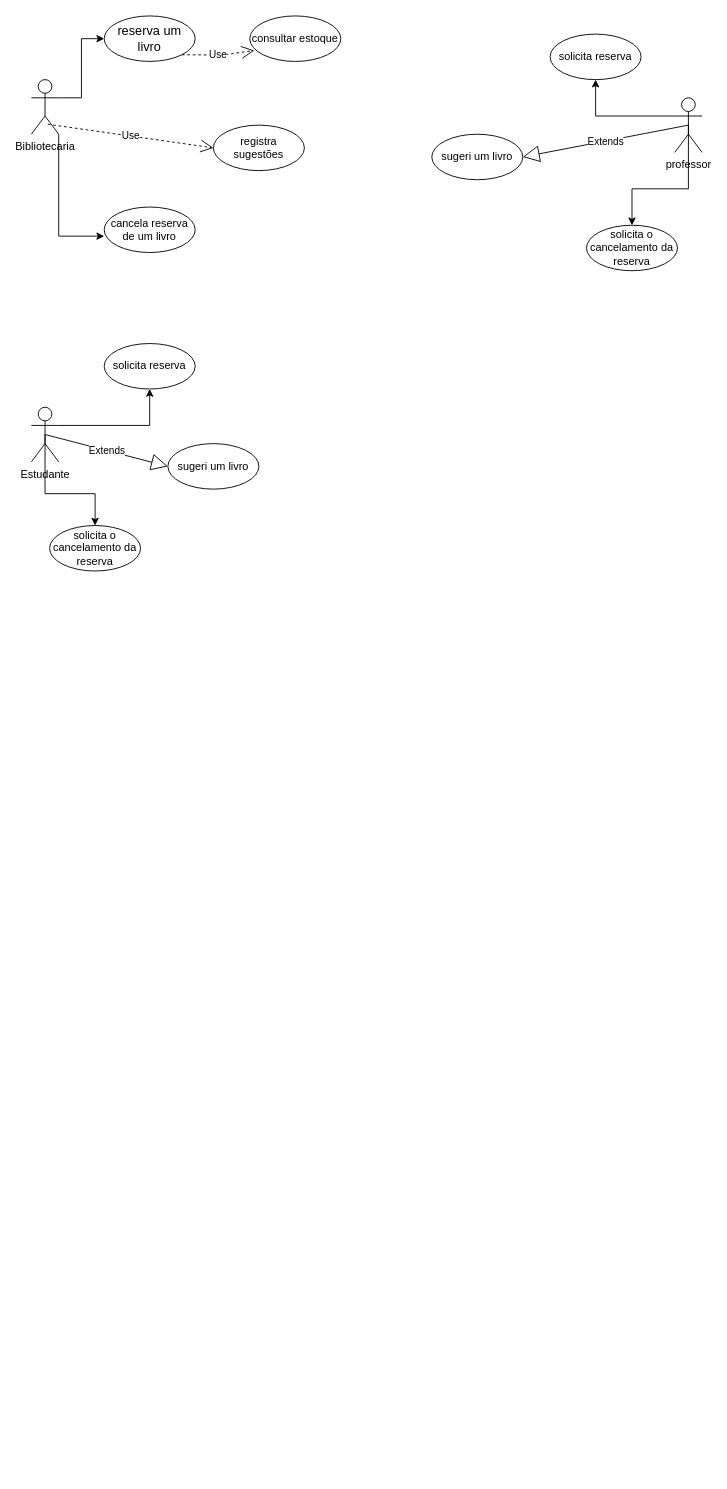
The draw.io diagram Diagrama caso de uso.drawio in KevinSouzaSP/KevinSouzaSP, before the edit. Source tidied: cells renumbered, new cells numbered last; positions are measured from the earlier drawing's top-left corner, leaving out a move shared by most shapes. Both pictures are drawn from the tidied source at 91%, with x=0, y=0 at pixel (31, 15).
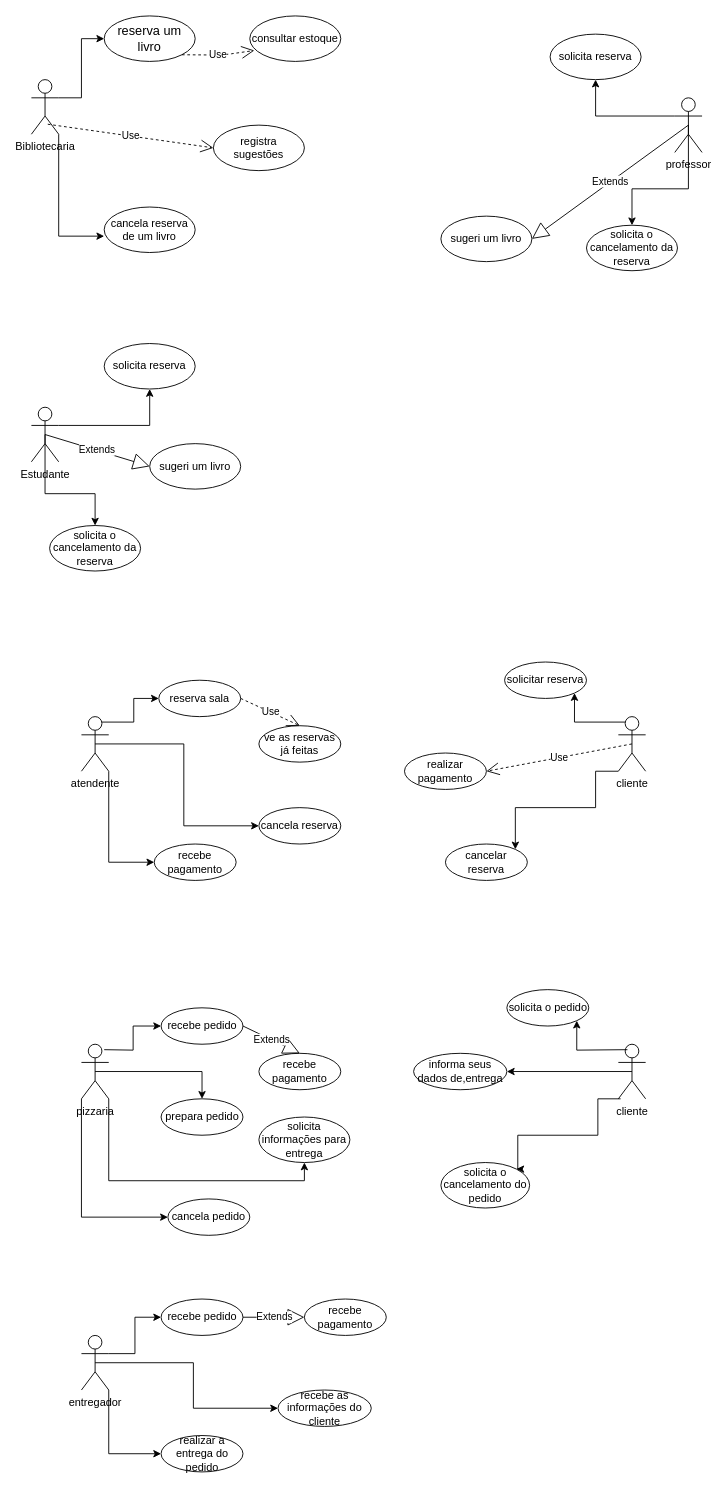
The same page after the edit.

Diff of the diagram source:
```diff
@@
     <mxCell id="17" value="sugeri um livro" style="ellipse;whiteSpace=wrap;html=1;" parent="1" vertex="1">
-      <mxGeometry x="440" y="130" width="100" height="50" as="geometry" />
+      <mxGeometry x="450" y="220" width="100" height="50" as="geometry" />
     </mxCell>
     <mxCell id="18" value="sugeri um livro" style="ellipse;whiteSpace=wrap;html=1;" parent="1" vertex="1">
-      <mxGeometry x="150" y="470" width="100" height="50" as="geometry" />
+      <mxGeometry x="130" y="470" width="100" height="50" as="geometry" />
     </mxCell>
@@
+    <mxCell id="25" style="edgeStyle=orthogonalEdgeStyle;rounded=0;jettySize=auto;html=1;exitX=0.75;exitY=0.1;exitDx=0;exitDy=0;exitPerimeter=0;entryX=0;entryY=0.5;entryDx=0;entryDy=0;" parent="1" edge="1" source="28" target="32">
+      <mxGeometry relative="1" as="geometry" />
+    </mxCell>
+    <mxCell id="26" style="edgeStyle=orthogonalEdgeStyle;rounded=0;jettySize=auto;html=1;exitX=1;exitY=1;exitDx=0;exitDy=0;exitPerimeter=0;entryX=0;entryY=0.5;entryDx=0;entryDy=0;" parent="1" edge="1" source="28" target="36">
+      <mxGeometry relative="1" as="geometry" />
+    </mxCell>
+    <mxCell id="27" style="edgeStyle=orthogonalEdgeStyle;rounded=0;jettySize=auto;html=1;exitX=0.5;exitY=0.5;exitDx=0;exitDy=0;exitPerimeter=0;entryX=0;entryY=0.5;entryDx=0;entryDy=0;" parent="1" edge="1" source="28" target="33">
+      <mxGeometry relative="1" as="geometry" />
+    </mxCell>
+    <mxCell id="28" value="atendente" style="shape=umlActor;verticalLabelPosition=bottom;verticalAlign=top;html=1;" parent="1" vertex="1">
+      <mxGeometry x="55" y="770" width="30" height="60" as="geometry" />
+    </mxCell>
+    <mxCell id="29" style="edgeStyle=orthogonalEdgeStyle;rounded=0;jettySize=auto;html=1;exitX=0.25;exitY=0.1;exitDx=0;exitDy=0;exitPerimeter=0;entryX=1;entryY=1;entryDx=0;entryDy=0;" parent="1" edge="1" source="31" target="38">
+      <mxGeometry relative="1" as="geometry" />
+    </mxCell>
+    <mxCell id="30" style="edgeStyle=orthogonalEdgeStyle;rounded=0;jettySize=auto;html=1;exitX=0;exitY=1;exitDx=0;exitDy=0;exitPerimeter=0;entryX=1;entryY=0;entryDx=0;entryDy=0;" parent="1" edge="1" source="31" target="37">
+      <mxGeometry relative="1" as="geometry">
+        <Array as="points">
+          <mxPoint x="620" y="830" />
+          <mxPoint x="620" y="870" />
+          <mxPoint x="532" y="870" />
+        </Array>
+      </mxGeometry>
+    </mxCell>
+    <mxCell id="31" value="cliente" style="shape=umlActor;verticalLabelPosition=bottom;verticalAlign=top;html=1;" parent="1" vertex="1">
+      <mxGeometry x="645" y="770" width="30" height="60" as="geometry" />
+    </mxCell>
+    <mxCell id="32" value="reserva sala" style="ellipse;whiteSpace=wrap;html=1;" parent="1" vertex="1">
+      <mxGeometry x="140" y="730" width="90" height="40" as="geometry" />
+    </mxCell>
+    <mxCell id="33" value="cancela reserva" style="ellipse;whiteSpace=wrap;html=1;" parent="1" vertex="1">
+      <mxGeometry x="250" y="870" width="90" height="40" as="geometry" />
+    </mxCell>
+    <mxCell id="34" value="realizar pagamento" style="ellipse;whiteSpace=wrap;html=1;" parent="1" vertex="1">
+      <mxGeometry x="410" y="810" width="90" height="40" as="geometry" />
+    </mxCell>
+    <mxCell id="35" value="ve as reservas já feitas" style="ellipse;whiteSpace=wrap;html=1;" parent="1" vertex="1">
+      <mxGeometry x="250" y="780" width="90" height="40" as="geometry" />
+    </mxCell>
+    <mxCell id="36" value="recebe pagamento" style="ellipse;whiteSpace=wrap;html=1;" parent="1" vertex="1">
+      <mxGeometry x="135" y="910" width="90" height="40" as="geometry" />
+    </mxCell>
+    <mxCell id="37" value="cancelar reserva" style="ellipse;whiteSpace=wrap;html=1;" parent="1" vertex="1">
+      <mxGeometry x="455" y="910" width="90" height="40" as="geometry" />
+    </mxCell>
+    <mxCell id="38" value="solicitar reserva" style="ellipse;whiteSpace=wrap;html=1;" parent="1" vertex="1">
+      <mxGeometry x="520" y="710" width="90" height="40" as="geometry" />
+    </mxCell>
+    <mxCell id="39" value="Use" style="endArrow=open;endSize=12;dashed=1;html=1;exitX=1;exitY=0.5;exitDx=0;exitDy=0;entryX=0.5;entryY=0;entryDx=0;entryDy=0;" parent="1" edge="1" source="32" target="35">
+      <mxGeometry relative="1" as="geometry" />
+    </mxCell>
+    <mxCell id="40" value="Use" style="endArrow=open;endSize=12;dashed=1;html=1;exitX=0.5;exitY=0.5;exitDx=0;exitDy=0;exitPerimeter=0;entryX=1;entryY=0.5;entryDx=0;entryDy=0;" parent="1" edge="1" source="31" target="34">
+      <mxGeometry relative="1" as="geometry" />
+    </mxCell>
+    <mxCell id="41" style="edgeStyle=orthogonalEdgeStyle;rounded=0;jettySize=auto;html=1;exitX=0.5;exitY=0.5;exitDx=0;exitDy=0;exitPerimeter=0;entryX=0.5;entryY=0;entryDx=0;entryDy=0;" parent="1" edge="1" source="43" target="55">
+      <mxGeometry relative="1" as="geometry" />
+    </mxCell>
+    <mxCell id="42" style="edgeStyle=orthogonalEdgeStyle;rounded=0;jettySize=auto;html=1;exitX=1;exitY=1;exitDx=0;exitDy=0;exitPerimeter=0;entryX=0.5;entryY=1;entryDx=0;entryDy=0;" parent="1" edge="1" source="43" target="56">
+      <mxGeometry relative="1" as="geometry" />
+    </mxCell>
+    <mxCell id="43" value="pizzaria" style="shape=umlActor;verticalLabelPosition=bottom;verticalAlign=top;html=1;" parent="1" vertex="1">
+      <mxGeometry x="55" y="1130" width="30" height="60" as="geometry" />
+    </mxCell>
+    <mxCell id="44" style="edgeStyle=orthogonalEdgeStyle;rounded=0;jettySize=auto;html=1;exitX=0.5;exitY=0.5;exitDx=0;exitDy=0;exitPerimeter=0;entryX=1;entryY=0.5;entryDx=0;entryDy=0;" parent="1" edge="1" source="45" target="61">
+      <mxGeometry relative="1" as="geometry" />
+    </mxCell>
+    <mxCell id="45" value="cliente" style="shape=umlActor;verticalLabelPosition=bottom;verticalAlign=top;html=1;" parent="1" vertex="1">
+      <mxGeometry x="645" y="1130" width="30" height="60" as="geometry" />
+    </mxCell>
+    <mxCell id="46" style="edgeStyle=orthogonalEdgeStyle;rounded=0;jettySize=auto;html=1;exitX=1;exitY=0.3333333333333333;exitDx=0;exitDy=0;exitPerimeter=0;entryX=0;entryY=0.5;entryDx=0;entryDy=0;" parent="1" edge="1" source="49" target="62">
+      <mxGeometry relative="1" as="geometry" />
+    </mxCell>
+    <mxCell id="47" style="edgeStyle=orthogonalEdgeStyle;rounded=0;jettySize=auto;html=1;exitX=1;exitY=1;exitDx=0;exitDy=0;exitPerimeter=0;entryX=0;entryY=0.5;entryDx=0;entryDy=0;" parent="1" edge="1" source="49" target="63">
+      <mxGeometry relative="1" as="geometry" />
+    </mxCell>
+    <mxCell id="48" style="edgeStyle=orthogonalEdgeStyle;rounded=0;jettySize=auto;html=1;exitX=0.5;exitY=0.5;exitDx=0;exitDy=0;exitPerimeter=0;entryX=0;entryY=0.5;entryDx=0;entryDy=0;" parent="1" edge="1" source="49" target="64">
+      <mxGeometry relative="1" as="geometry" />
+    </mxCell>
+    <mxCell id="49" value="entregador" style="shape=umlActor;verticalLabelPosition=bottom;verticalAlign=top;html=1;" parent="1" vertex="1">
+      <mxGeometry x="55" y="1450" width="30" height="60" as="geometry" />
+    </mxCell>
+    <mxCell id="50" style="edgeStyle=orthogonalEdgeStyle;rounded=0;jettySize=auto;html=1;exitX=0.75;exitY=0.1;exitDx=0;exitDy=0;exitPerimeter=0;entryX=0;entryY=0.5;entryDx=0;entryDy=0;" parent="1" edge="1" target="54">
+      <mxGeometry relative="1" as="geometry">
+        <mxPoint x="80" y="1136" as="sourcePoint" />
+      </mxGeometry>
+    </mxCell>
+    <mxCell id="51" style="edgeStyle=orthogonalEdgeStyle;rounded=0;jettySize=auto;html=1;entryX=0;entryY=0.5;entryDx=0;entryDy=0;exitX=0;exitY=1;exitDx=0;exitDy=0;exitPerimeter=0;" parent="1" edge="1" source="43" target="58">
+      <mxGeometry relative="1" as="geometry" />
+    </mxCell>
+    <mxCell id="52" style="edgeStyle=orthogonalEdgeStyle;rounded=0;jettySize=auto;html=1;exitX=0.25;exitY=0.1;exitDx=0;exitDy=0;exitPerimeter=0;entryX=1;entryY=1;entryDx=0;entryDy=0;" parent="1" edge="1" target="60">
+      <mxGeometry relative="1" as="geometry">
+        <mxPoint x="655" y="1136" as="sourcePoint" />
+      </mxGeometry>
+    </mxCell>
+    <mxCell id="53" style="edgeStyle=orthogonalEdgeStyle;rounded=0;jettySize=auto;html=1;exitX=0;exitY=1;exitDx=0;exitDy=0;exitPerimeter=0;entryX=1;entryY=0;entryDx=0;entryDy=0;" parent="1" edge="1" target="59">
+      <mxGeometry relative="1" as="geometry">
+        <mxPoint x="647.5" y="1190" as="sourcePoint" />
+        <Array as="points">
+          <mxPoint x="622.5" y="1190" />
+          <mxPoint x="622.5" y="1230" />
+          <mxPoint x="534.5" y="1230" />
+        </Array>
+      </mxGeometry>
+    </mxCell>
+    <mxCell id="54" value="recebe pedido" style="ellipse;whiteSpace=wrap;html=1;" parent="1" vertex="1">
+      <mxGeometry x="142.5" y="1090" width="90" height="40" as="geometry" />
+    </mxCell>
+    <mxCell id="55" value="prepara pedido" style="ellipse;whiteSpace=wrap;html=1;" parent="1" vertex="1">
+      <mxGeometry x="142.5" y="1190" width="90" height="40" as="geometry" />
+    </mxCell>
+    <mxCell id="56" value="solicita informações para entrega" style="ellipse;whiteSpace=wrap;html=1;" parent="1" vertex="1">
+      <mxGeometry x="250" y="1210" width="100" height="50" as="geometry" />
+    </mxCell>
+    <mxCell id="57" value="recebe pagamento" style="ellipse;whiteSpace=wrap;html=1;" parent="1" vertex="1">
+      <mxGeometry x="250" y="1140" width="90" height="40" as="geometry" />
+    </mxCell>
+    <mxCell id="58" value="cancela pedido" style="ellipse;whiteSpace=wrap;html=1;" parent="1" vertex="1">
+      <mxGeometry x="150" y="1300" width="90" height="40" as="geometry" />
+    </mxCell>
+    <mxCell id="59" value="solicita o cancelamento do pedido" style="ellipse;whiteSpace=wrap;html=1;" parent="1" vertex="1">
+      <mxGeometry x="450" y="1260" width="97.5" height="50" as="geometry" />
+    </mxCell>
+    <mxCell id="60" value="solicita o pedido" style="ellipse;whiteSpace=wrap;html=1;" parent="1" vertex="1">
+      <mxGeometry x="522.5" y="1070" width="90" height="40" as="geometry" />
+    </mxCell>
+    <mxCell id="61" value="informa seus dados de,entrega" style="ellipse;whiteSpace=wrap;html=1;" parent="1" vertex="1">
+      <mxGeometry x="420" y="1140" width="102.5" height="40" as="geometry" />
+    </mxCell>
+    <mxCell id="62" value="recebe pedido" style="ellipse;whiteSpace=wrap;html=1;" parent="1" vertex="1">
+      <mxGeometry x="142.5" y="1410" width="90" height="40" as="geometry" />
+    </mxCell>
+    <mxCell id="63" value="realizar a entrega do pedido" style="ellipse;whiteSpace=wrap;html=1;" parent="1" vertex="1">
+      <mxGeometry x="142.5" y="1560" width="90" height="40" as="geometry" />
+    </mxCell>
+    <mxCell id="64" value="recebe as informações do cliente" style="ellipse;whiteSpace=wrap;html=1;" parent="1" vertex="1">
+      <mxGeometry x="271" y="1510" width="102.5" height="40" as="geometry" />
+    </mxCell>
+    <mxCell id="65" value="recebe pagamento" style="ellipse;whiteSpace=wrap;html=1;" parent="1" vertex="1">
+      <mxGeometry x="300" y="1410" width="90" height="40" as="geometry" />
+    </mxCell>
+    <mxCell id="66" value="Extends" style="endArrow=block;endSize=16;endFill=0;html=1;exitX=1;exitY=0.5;exitDx=0;exitDy=0;entryX=0;entryY=0.5;entryDx=0;entryDy=0;" parent="1" edge="1" source="62" target="65">
+      <mxGeometry relative="1" as="geometry" />
+    </mxCell>
+    <mxCell id="67" value="Extends" style="endArrow=block;endSize=16;endFill=0;html=1;exitX=1;exitY=0.5;exitDx=0;exitDy=0;entryX=0.5;entryY=0;entryDx=0;entryDy=0;" parent="1" edge="1" source="54" target="57">
+      <mxGeometry relative="1" as="geometry" />
+    </mxCell>
```
